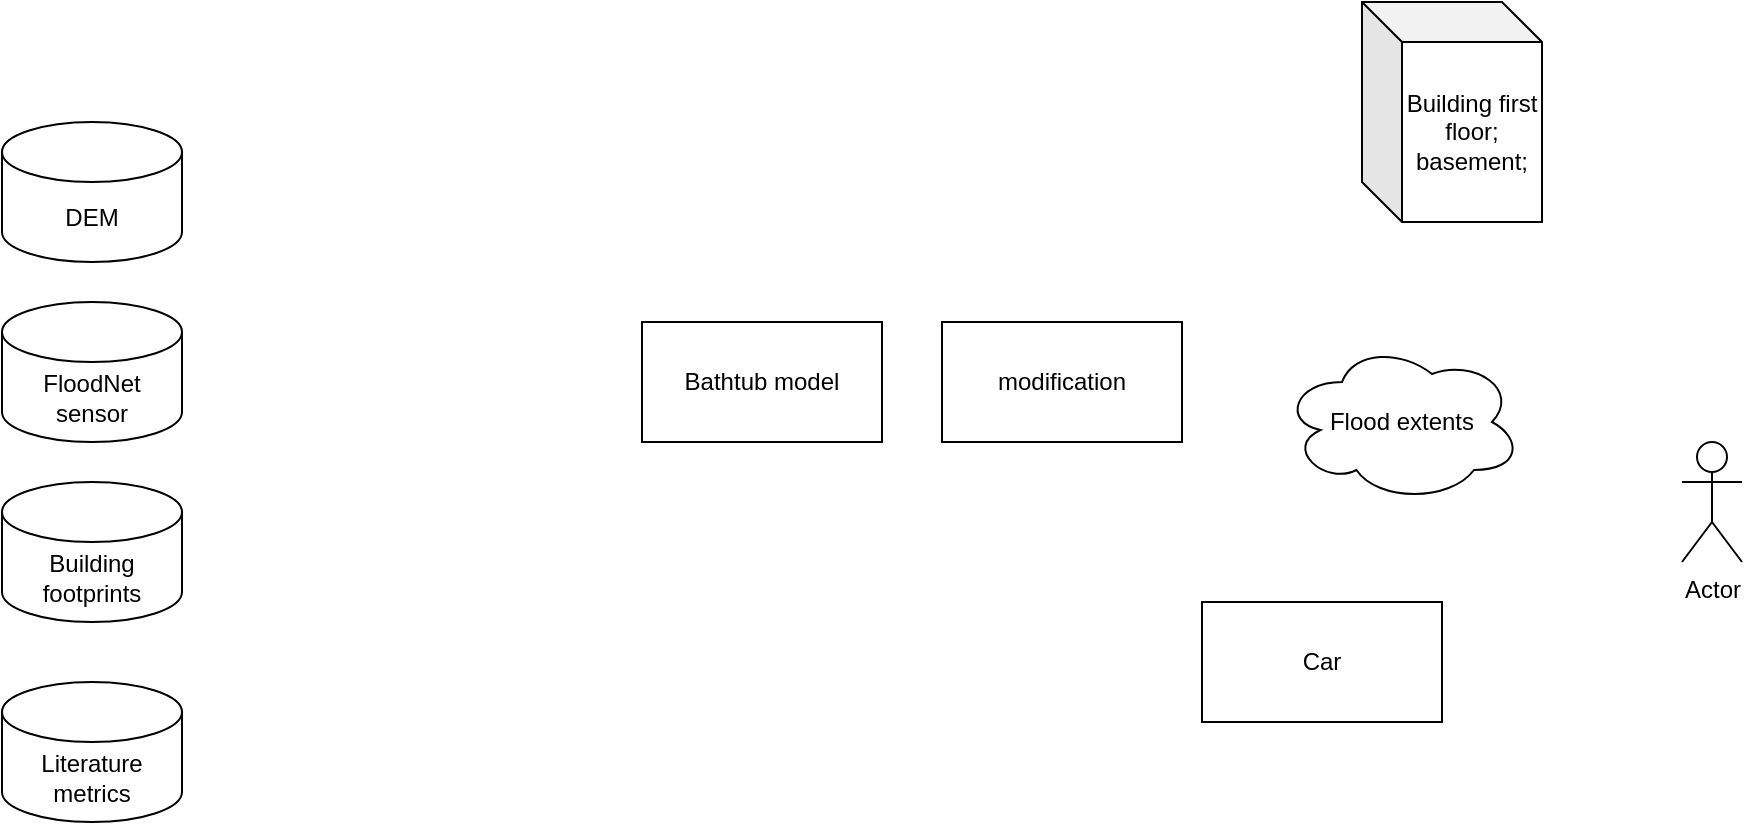
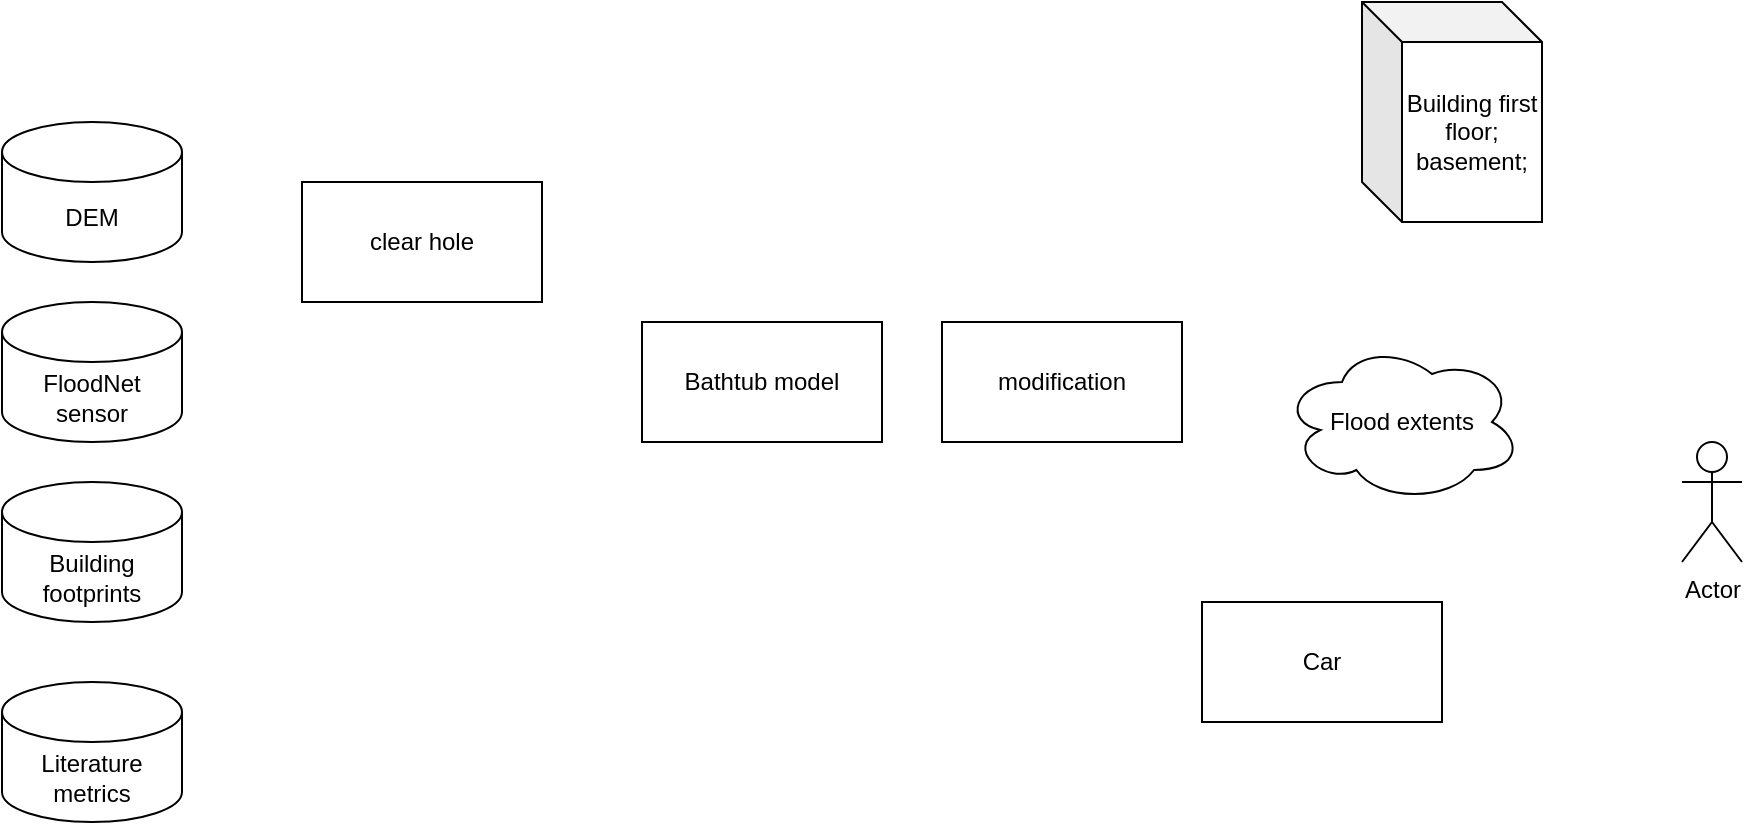
<mxfile host="app.diagrams.net">
  <diagram name="第 1 页" id="rrjs3x73q6XKG6Un8orv">
-     <mxGraphModel dx="3396" dy="674" grid="1" gridSize="10" guides="1" tooltips="1" connect="1" arrows="1" fold="1" page="1" pageScale="1" pageWidth="827" pageHeight="1169" math="0" shadow="0">
+     <mxGraphModel dx="2325" dy="393" grid="1" gridSize="10" guides="1" tooltips="1" connect="1" arrows="1" fold="1" page="1" pageScale="1" pageWidth="827" pageHeight="1169" math="0" shadow="0">
      <root>
        <mxCell id="0" />
        <mxCell id="1" parent="0" />
        <mxCell id="wsXrPMJaeRBQqD8lpksv-2" parent="1" style="shape=cylinder3;whiteSpace=wrap;html=1;boundedLbl=1;backgroundOutline=1;size=15;" value="DEM" vertex="1">
          <mxGeometry height="70" width="90" x="-110" y="180" as="geometry" />
        </mxCell>
        <mxCell id="wsXrPMJaeRBQqD8lpksv-3" parent="1" style="shape=cylinder3;whiteSpace=wrap;html=1;boundedLbl=1;backgroundOutline=1;size=15;" value="FloodNet sensor" vertex="1">
          <mxGeometry height="70" width="90" x="-110" y="270" as="geometry" />
        </mxCell>
        <mxCell id="wsXrPMJaeRBQqD8lpksv-4" parent="1" style="rounded=0;whiteSpace=wrap;html=1;" value="Bathtub model" vertex="1">
          <mxGeometry height="60" width="120" x="210" y="280" as="geometry" />
        </mxCell>
        <mxCell id="wsXrPMJaeRBQqD8lpksv-5" parent="1" style="rounded=0;whiteSpace=wrap;html=1;" value="modification" vertex="1">
          <mxGeometry height="60" width="120" x="360" y="280" as="geometry" />
        </mxCell>
        <mxCell id="wsXrPMJaeRBQqD8lpksv-6" parent="1" style="shape=cylinder3;whiteSpace=wrap;html=1;boundedLbl=1;backgroundOutline=1;size=15;" value="Building footprints" vertex="1">
          <mxGeometry height="70" width="90" x="-110" y="360" as="geometry" />
        </mxCell>
        <mxCell id="wsXrPMJaeRBQqD8lpksv-7" parent="1" style="shape=cylinder3;whiteSpace=wrap;html=1;boundedLbl=1;backgroundOutline=1;size=15;" value="Literature metrics" vertex="1">
          <mxGeometry height="70" width="90" x="-110" y="460" as="geometry" />
        </mxCell>
        <mxCell id="wsXrPMJaeRBQqD8lpksv-9" parent="1" style="ellipse;shape=cloud;whiteSpace=wrap;html=1;" value="Flood extents" vertex="1">
          <mxGeometry height="80" width="120" x="530" y="290" as="geometry" />
        </mxCell>
        <mxCell id="wsXrPMJaeRBQqD8lpksv-10" parent="1" style="shape=cube;whiteSpace=wrap;html=1;boundedLbl=1;backgroundOutline=1;darkOpacity=0.05;darkOpacity2=0.1;" value="Building first floor;&lt;div&gt;basement;&lt;/div&gt;" vertex="1">
          <mxGeometry height="110" width="90" x="570" y="120" as="geometry" />
        </mxCell>
        <mxCell id="wsXrPMJaeRBQqD8lpksv-12" parent="1" style="rounded=0;whiteSpace=wrap;html=1;" value="Car" vertex="1">
          <mxGeometry height="60" width="120" x="490" y="420" as="geometry" />
        </mxCell>
        <mxCell id="wsXrPMJaeRBQqD8lpksv-13" parent="1" style="shape=umlActor;verticalLabelPosition=bottom;verticalAlign=top;html=1;outlineConnect=0;" value="Actor" vertex="1">
          <mxGeometry height="60" width="30" x="730" y="340" as="geometry" />
        </mxCell>
+         <mxCell id="wsXrPMJaeRBQqD8lpksv-16" parent="1" style="rounded=0;whiteSpace=wrap;html=1;" value="clear hole" vertex="1">
+           <mxGeometry height="60" width="120" x="40" y="210" as="geometry" />
+         </mxCell>
      </root>
    </mxGraphModel>
  </diagram>
</mxfile>
